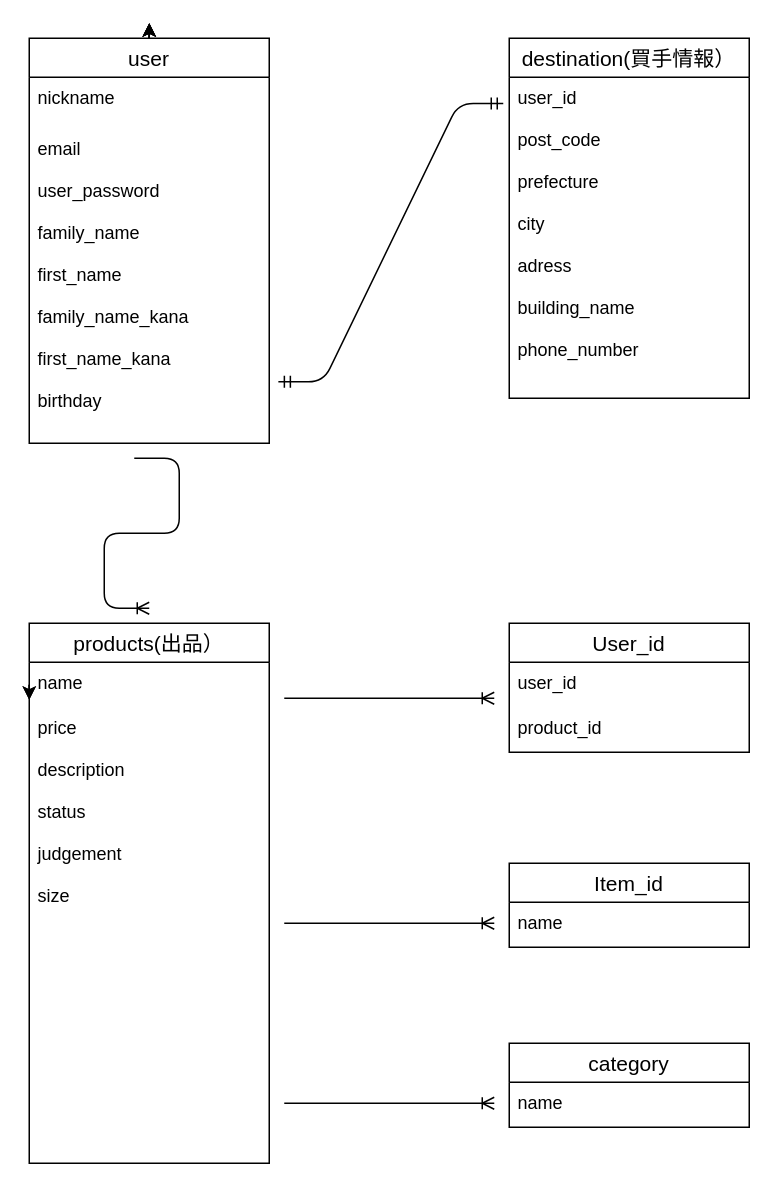
This is page "ページ1" (1 of 3) of test.dio from kitou44/furima-30571, a draw.io file, before an edit. Source tidied: cells renumbered, new cells numbered last; positions are measured from the earlier drawing's top-left corner, leaving out a move shared by most shapes. Both pictures are drawn from the tidied source at 150%, with x=0, y=0 at pixel (28, 22).
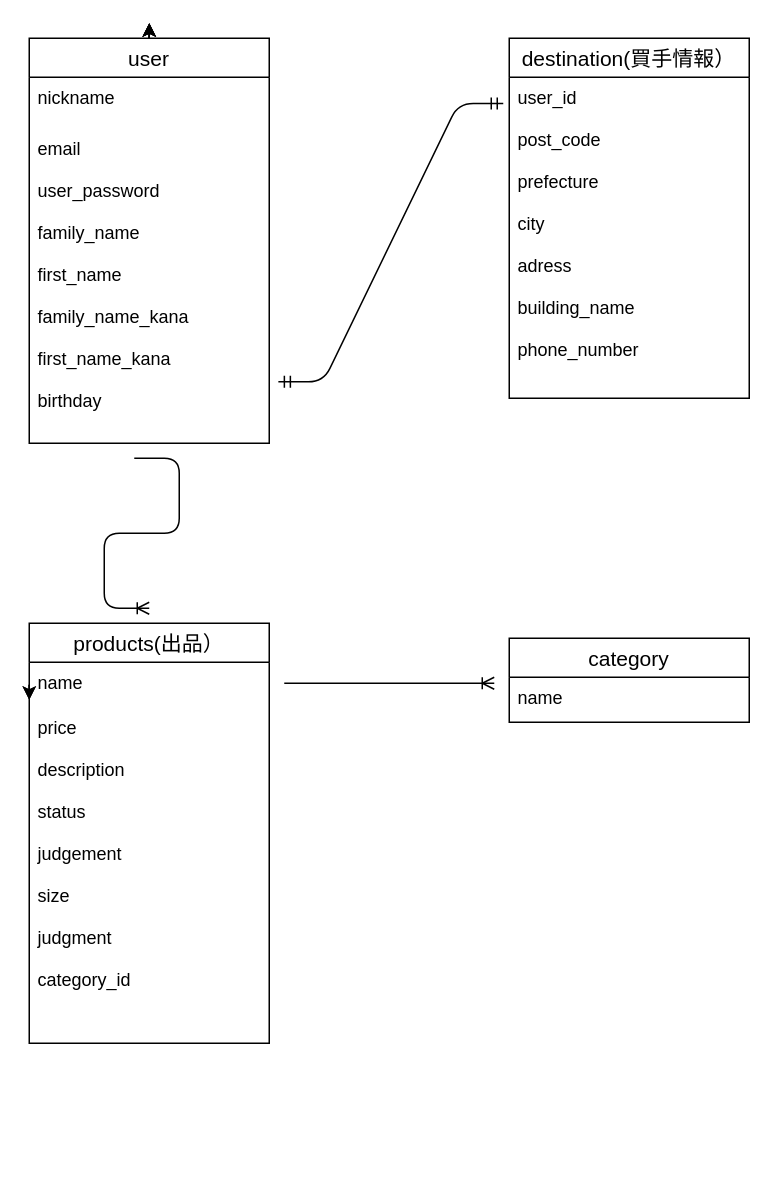
Above is the later version.

The edit, as a diff of the source:
```diff
@@
     <mxCell id="10" value="products(出品）" style="swimlane;fontStyle=0;horizontal=1;startSize=26;align=center;fontSize=14;rounded=0;sketch=0;" parent="1" vertex="1">
-      <mxGeometry y="400" width="160" height="360" as="geometry" />
+      <mxGeometry y="400" width="160" height="280" as="geometry" />
     </mxCell>
@@
-    <mxCell id="12" value="price&#10;&#10;description&#10;&#10;status&#10;&#10;judgement&#10;&#10;size&#10;" style="text;strokeColor=none;fillColor=none;spacingLeft=4;spacingRight=4;overflow=hidden;fontSize=12;" parent="10" vertex="1">
-      <mxGeometry y="56" width="160" height="304" as="geometry" />
+    <mxCell id="12" value="price&#10;&#10;description&#10;&#10;status&#10;&#10;judgement&#10;&#10;size&#10;&#10;judgment&#10;&#10;category_id&#10;" style="text;strokeColor=none;fillColor=none;spacingLeft=4;spacingRight=4;overflow=hidden;fontSize=12;" parent="10" vertex="1">
+      <mxGeometry y="56" width="160" height="224" as="geometry" />
     </mxCell>
@@
     <mxCell id="16" style="edgeStyle=entityRelationEdgeStyle;fontSize=12;html=1;endArrow=ERoneToMany;" parent="1" edge="1">
       <mxGeometry relative="1" as="geometry">
-        <mxPoint x="170" y="720" as="sourcePoint" />
-        <mxPoint x="310" y="720" as="targetPoint" />
+        <mxPoint x="170" y="440" as="sourcePoint" />
+        <mxPoint x="310" y="440" as="targetPoint" />
       </mxGeometry>
     </mxCell>
@@
-    <mxCell id="19" value="User_id" style="swimlane;fontStyle=0;horizontal=1;startSize=26;align=center;fontSize=14;" parent="1" vertex="1">
-      <mxGeometry x="320" y="400" width="160" height="86" as="geometry" />
-    </mxCell>
-    <mxCell id="20" value="user_id" style="text;strokeColor=none;fillColor=none;spacingLeft=4;spacingRight=4;overflow=hidden;fontSize=12;" parent="19" vertex="1">
-      <mxGeometry y="26" width="160" height="30" as="geometry" />
-    </mxCell>
-    <mxCell id="21" value="product_id" style="text;strokeColor=none;fillColor=none;spacingLeft=4;spacingRight=4;overflow=hidden;fontSize=12;" parent="19" vertex="1">
-      <mxGeometry y="56" width="160" height="30" as="geometry" />
-    </mxCell>
-    <mxCell id="22" style="edgeStyle=entityRelationEdgeStyle;fontSize=12;html=1;endArrow=ERoneToMany;" parent="1" edge="1">
-      <mxGeometry relative="1" as="geometry">
-        <mxPoint x="170" y="450" as="sourcePoint" />
-        <mxPoint x="310" y="450" as="targetPoint" />
-      </mxGeometry>
-    </mxCell>
-    <mxCell id="23" value="Item_id" style="swimlane;fontStyle=0;horizontal=1;startSize=26;align=center;fontSize=14;" parent="1" vertex="1">
-      <mxGeometry x="320" y="560" width="160" height="56" as="geometry" />
-    </mxCell>
-    <mxCell id="24" value="name" style="text;strokeColor=none;fillColor=none;spacingLeft=4;spacingRight=4;overflow=hidden;fontSize=12;" parent="23" vertex="1">
-      <mxGeometry y="26" width="160" height="30" as="geometry" />
-    </mxCell>
     <mxCell id="25" value="category" style="swimlane;fontStyle=0;horizontal=1;startSize=26;align=center;fontSize=14;rounded=0;sketch=0;" parent="1" vertex="1">
-      <mxGeometry x="320" y="680" width="160" height="56" as="geometry" />
+      <mxGeometry x="320" y="410" width="160" height="56" as="geometry" />
     </mxCell>
@@
-    <mxCell id="27" style="edgeStyle=entityRelationEdgeStyle;fontSize=12;html=1;endArrow=ERoneToMany;" parent="1" edge="1">
-      <mxGeometry relative="1" as="geometry">
-        <mxPoint x="170" y="600" as="sourcePoint" />
-        <mxPoint x="310" y="600" as="targetPoint" />
-      </mxGeometry>
-    </mxCell>
```
